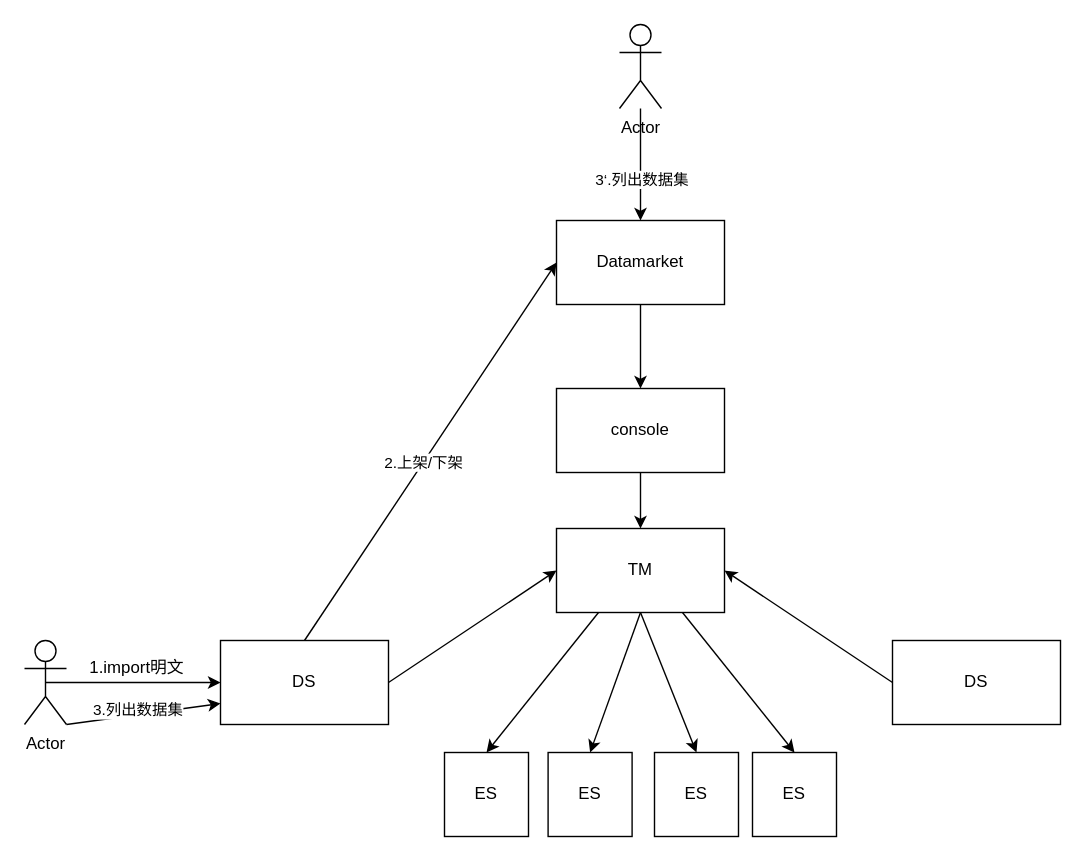
yankaili2006/drawing_io keeps this draw.io diagram as data_list_.drawio. Above is the earlier version. Source tidied: cells renumbered, new cells numbered last; positions are measured from the earlier drawing's top-left corner, leaving out a move shared by most shapes. Both pictures are drawn from the tidied source at 140%, with x=0, y=0 at pixel (24, 24).
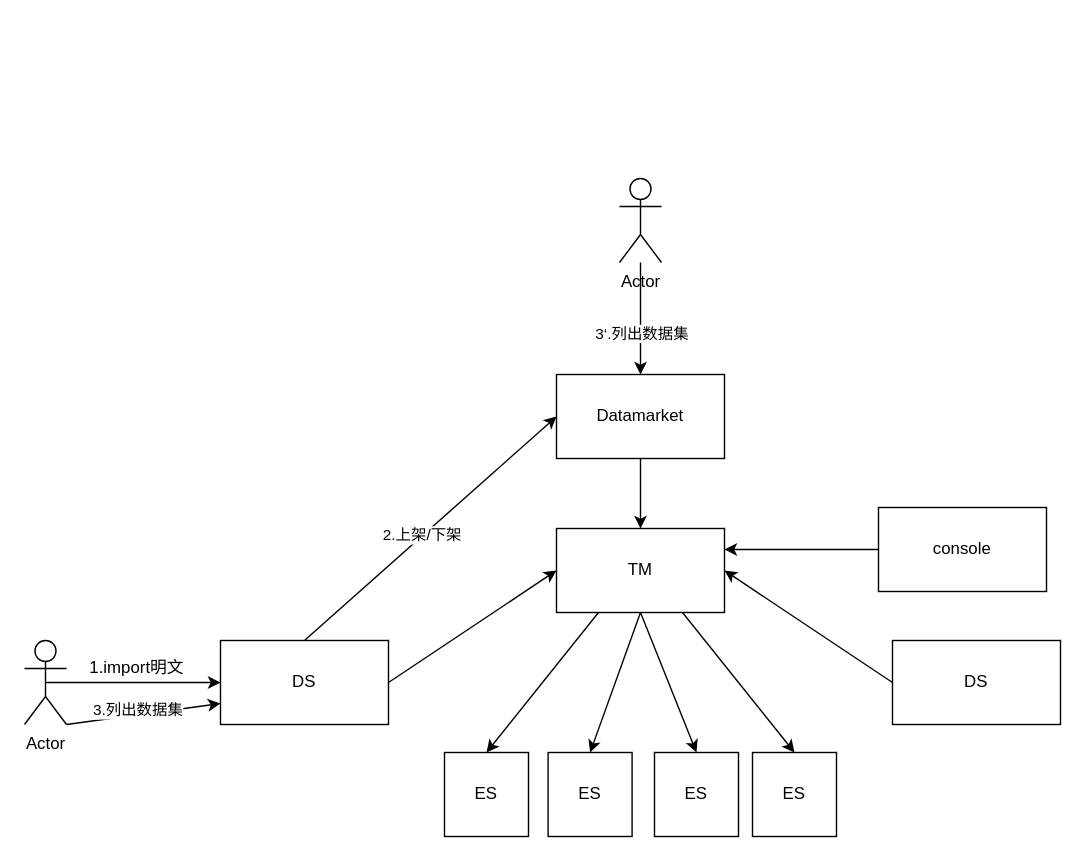
The same diagram, later.

Unchanged cells that the change refers to:
```xml
<mxCell id="3" value="TM" style="rounded=0;whiteSpace=wrap;html=1;" parent="1" vertex="1">
  <mxGeometry x="380" y="360" width="120" height="60" as="geometry" />
</mxCell>
```

Change to the diagram source:
```diff
@@
     <mxCell id="9" value="console" style="rounded=0;whiteSpace=wrap;html=1;" parent="1" vertex="1">
-      <mxGeometry x="380" y="260" width="120" height="60" as="geometry" />
+      <mxGeometry x="610" y="345" width="120" height="60" as="geometry" />
     </mxCell>
     <mxCell id="10" value="Datamarket" style="rounded=0;whiteSpace=wrap;html=1;" parent="1" vertex="1">
-      <mxGeometry x="380" y="140" width="120" height="60" as="geometry" />
+      <mxGeometry x="380" y="250" width="120" height="60" as="geometry" />
     </mxCell>
@@
-    <mxCell id="20" style="endArrow=classic;html=1;entryX=0.5;entryY=0;entryDx=0;entryDy=0;exitX=0.5;exitY=1;exitDx=0;exitDy=0;" parent="1" edge="1" source="9" target="3">
+    <mxCell id="20" style="endArrow=classic;html=1;entryX=1;entryY=0.25;entryDx=0;entryDy=0;exitX=0;exitY=0.5;exitDx=0;exitDy=0;" parent="1" edge="1" source="9" target="3">
       <mxGeometry relative="1" as="geometry" />
     </mxCell>
-    <mxCell id="21" style="endArrow=classic;html=1;entryX=0.5;entryY=0;entryDx=0;entryDy=0;exitX=0.5;exitY=1;exitDx=0;exitDy=0;" parent="1" edge="1" source="10" target="9">
+    <mxCell id="21" style="endArrow=classic;html=1;entryX=0.5;entryY=0;entryDx=0;entryDy=0;exitX=0.5;exitY=1;exitDx=0;exitDy=0;" parent="1" edge="1" source="10" target="3">
       <mxGeometry relative="1" as="geometry" />
     </mxCell>
@@
     <mxCell id="24" value="Actor" style="shape=umlActor;verticalLabelPosition=bottom;labelBackgroundColor=#ffffff;verticalAlign=top;html=1;outlineConnect=0;" parent="1" vertex="1">
-      <mxGeometry x="425" width="30" height="60" as="geometry" />
+      <mxGeometry x="425" y="110" width="30" height="60" as="geometry" />
     </mxCell>
```
